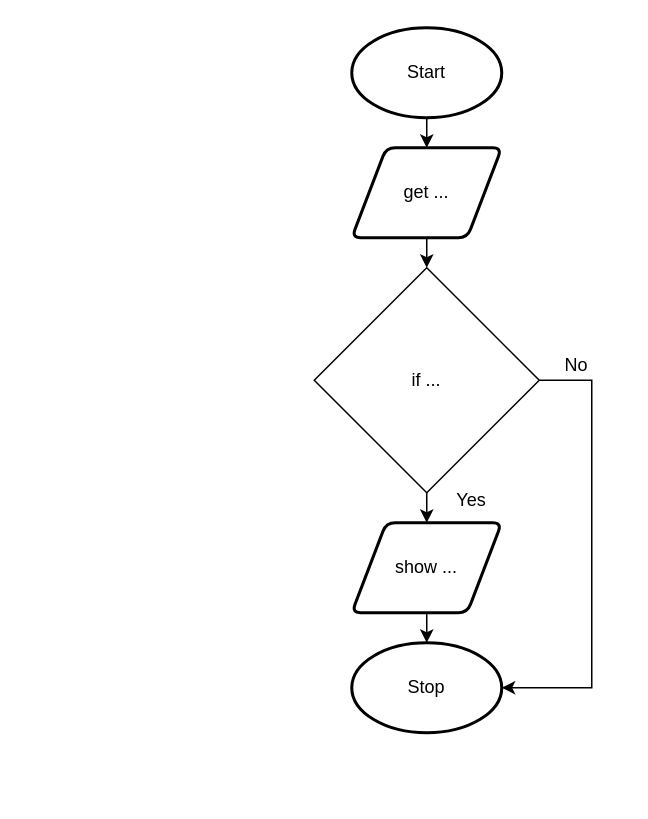
Before: drawio/flowchart/flowchart.drawio in Aidan-Lalonde-Novales/ICS3U-Unit6-05-Python, a draw.io diagram. Source tidied: cells renumbered, new cells numbered last; positions are measured from the earlier drawing's top-left corner, leaving out a move shared by most shapes. Both pictures are drawn from the tidied source at 150%, with x=0, y=0 at pixel (314, 27).
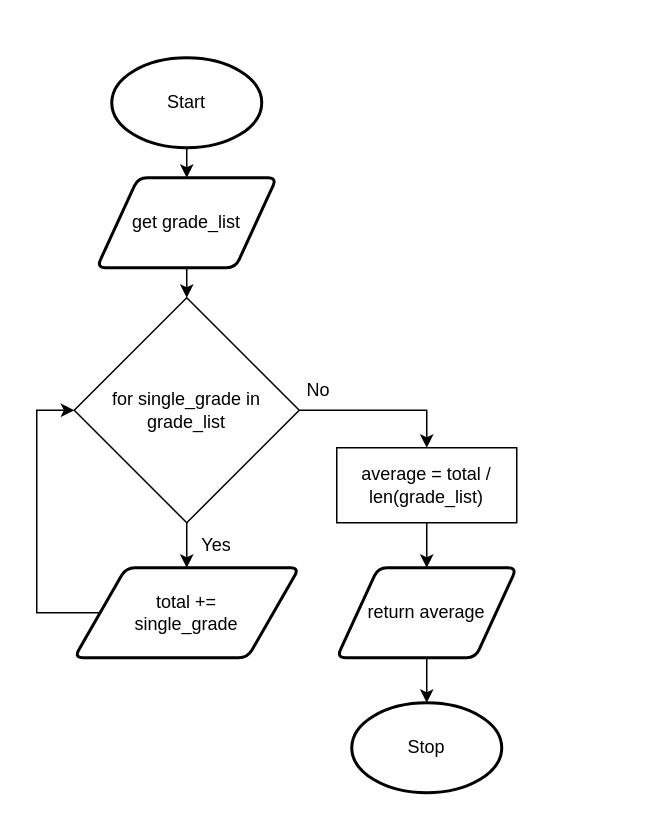
The same diagram, later.

The edit, as a diff of the source:
```diff
@@
-    <mxCell id="2" style="edgeStyle=none;html=1;exitX=0.5;exitY=1;exitDx=0;exitDy=0;exitPerimeter=0;entryX=0.5;entryY=0;entryDx=0;entryDy=0;" parent="1" edge="1" source="3" target="5">
-      <mxGeometry relative="1" as="geometry" />
-    </mxCell>
+    <mxCell id="14" style="edgeStyle=none;html=1;exitX=0.5;exitY=1;exitDx=0;exitDy=0;exitPerimeter=0;entryX=0.5;entryY=0;entryDx=0;entryDy=0;" parent="1" edge="1" source="3" target="16">
+      <mxGeometry relative="1" as="geometry" />
+    </mxCell>
     <mxCell id="3" value="Start" style="strokeWidth=2;html=1;shape=mxgraph.flowchart.start_1;whiteSpace=wrap;" parent="1" vertex="1">
-      <mxGeometry x="25" width="100" height="60" as="geometry" />
+      <mxGeometry x="-135" y="20" width="100" height="60" as="geometry" />
     </mxCell>
-    <mxCell id="4" style="edgeStyle=none;html=1;exitX=0.5;exitY=1;exitDx=0;exitDy=0;entryX=0.5;entryY=0;entryDx=0;entryDy=0;" parent="1" edge="1" source="5">
-      <mxGeometry relative="1" as="geometry">
-        <mxPoint x="75" y="160" as="targetPoint" />
-      </mxGeometry>
-    </mxCell>
-    <mxCell id="5" value="get ..." style="shape=parallelogram;html=1;strokeWidth=2;perimeter=parallelogramPerimeter;whiteSpace=wrap;rounded=1;arcSize=12;size=0.23;" parent="1" vertex="1">
-      <mxGeometry x="25" y="80" width="100" height="60" as="geometry" />
-    </mxCell>
-    <mxCell id="6" style="edgeStyle=none;html=1;exitX=0.5;exitY=1;exitDx=0;exitDy=0;entryX=0.5;entryY=0;entryDx=0;entryDy=0;entryPerimeter=0;" parent="1" edge="1" source="7" target="8">
-      <mxGeometry relative="1" as="geometry" />
-    </mxCell>
-    <mxCell id="7" value="show ..." style="shape=parallelogram;html=1;strokeWidth=2;perimeter=parallelogramPerimeter;whiteSpace=wrap;rounded=1;arcSize=12;size=0.23;" parent="1" vertex="1">
-      <mxGeometry x="25" y="330" width="100" height="60" as="geometry" />
-    </mxCell>
+    <mxCell id="15" style="edgeStyle=none;html=1;exitX=0.5;exitY=1;exitDx=0;exitDy=0;entryX=0.5;entryY=0;entryDx=0;entryDy=0;" parent="1" edge="1" source="16" target="19">
+      <mxGeometry relative="1" as="geometry" />
+    </mxCell>
+    <mxCell id="16" value="get grade_list" style="shape=parallelogram;html=1;strokeWidth=2;perimeter=parallelogramPerimeter;whiteSpace=wrap;rounded=1;arcSize=12;size=0.23;" parent="1" vertex="1">
+      <mxGeometry x="-145" y="100" width="120" height="60" as="geometry" />
+    </mxCell>
     <mxCell id="8" value="Stop" style="strokeWidth=2;html=1;shape=mxgraph.flowchart.start_1;whiteSpace=wrap;" parent="1" vertex="1">
-      <mxGeometry x="25" y="410" width="100" height="60" as="geometry" />
+      <mxGeometry x="25" y="450" width="100" height="60" as="geometry" />
     </mxCell>
-    <mxCell id="9" style="edgeStyle=none;html=1;exitX=0.5;exitY=1;exitDx=0;exitDy=0;entryX=0.5;entryY=0;entryDx=0;entryDy=0;" parent="1" edge="1" source="11" target="7">
-      <mxGeometry relative="1" as="geometry" />
-    </mxCell>
-    <mxCell id="10" style="edgeStyle=none;html=1;exitX=1;exitY=0.5;exitDx=0;exitDy=0;entryX=1;entryY=0.5;entryDx=0;entryDy=0;entryPerimeter=0;rounded=0;" parent="1" edge="1" source="11" target="8">
-      <mxGeometry relative="1" as="geometry">
-        <Array as="points">
-          <mxPoint x="185" y="235" />
-          <mxPoint x="185" y="440" />
-        </Array>
-      </mxGeometry>
-    </mxCell>
-    <mxCell id="11" value="if ..." style="rhombus;whiteSpace=wrap;html=1;" parent="1" vertex="1">
-      <mxGeometry y="160" width="150" height="150" as="geometry" />
-    </mxCell>
+    <mxCell id="17" style="edgeStyle=none;html=1;exitX=1;exitY=0.5;exitDx=0;exitDy=0;entryX=0.5;entryY=0;entryDx=0;entryDy=0;rounded=0;" parent="1" edge="1" source="19" target="21">
+      <mxGeometry relative="1" as="geometry">
+        <Array as="points">
+          <mxPoint x="75" y="255" />
+        </Array>
+      </mxGeometry>
+    </mxCell>
+    <mxCell id="18" style="edgeStyle=none;html=1;exitX=0.5;exitY=1;exitDx=0;exitDy=0;entryX=0.5;entryY=0;entryDx=0;entryDy=0;" parent="1" edge="1" source="19" target="25">
+      <mxGeometry relative="1" as="geometry" />
+    </mxCell>
+    <mxCell id="19" value="for single_grade in grade_list" style="rhombus;whiteSpace=wrap;html=1;" parent="1" vertex="1">
+      <mxGeometry x="-160" y="180" width="150" height="150" as="geometry" />
+    </mxCell>
     <mxCell id="12" value="Yes" style="text;html=1;strokeColor=none;fillColor=none;align=center;verticalAlign=middle;whiteSpace=wrap;rounded=0;" parent="1" vertex="1">
-      <mxGeometry x="75" y="300" width="60" height="30" as="geometry" />
+      <mxGeometry x="-85" y="330" width="40" height="30" as="geometry" />
     </mxCell>
     <mxCell id="13" value="No" style="text;html=1;strokeColor=none;fillColor=none;align=center;verticalAlign=middle;whiteSpace=wrap;rounded=0;" parent="1" vertex="1">
-      <mxGeometry x="145" y="210" width="60" height="30" as="geometry" />
+      <mxGeometry x="-15" y="227" width="36" height="30" as="geometry" />
     </mxCell>
+    <mxCell id="20" style="edgeStyle=none;html=1;exitX=0.5;exitY=1;exitDx=0;exitDy=0;entryX=0.5;entryY=0;entryDx=0;entryDy=0;" parent="1" edge="1" source="21" target="23">
+      <mxGeometry relative="1" as="geometry" />
+    </mxCell>
+    <mxCell id="21" value="average = total / len(grade_list)" style="rounded=0;whiteSpace=wrap;html=1;" parent="1" vertex="1">
+      <mxGeometry x="15" y="280" width="120" height="50" as="geometry" />
+    </mxCell>
+    <mxCell id="22" style="edgeStyle=none;html=1;exitX=0.5;exitY=1;exitDx=0;exitDy=0;entryX=0.5;entryY=0;entryDx=0;entryDy=0;entryPerimeter=0;" parent="1" edge="1" source="23" target="8">
+      <mxGeometry relative="1" as="geometry" />
+    </mxCell>
+    <mxCell id="23" value="return average" style="shape=parallelogram;html=1;strokeWidth=2;perimeter=parallelogramPerimeter;whiteSpace=wrap;rounded=1;arcSize=12;size=0.23;" parent="1" vertex="1">
+      <mxGeometry x="15" y="360" width="120" height="60" as="geometry" />
+    </mxCell>
+    <mxCell id="24" style="edgeStyle=none;rounded=0;html=1;exitX=0;exitY=0.5;exitDx=0;exitDy=0;entryX=0;entryY=0.5;entryDx=0;entryDy=0;" parent="1" edge="1" source="25" target="19">
+      <mxGeometry relative="1" as="geometry">
+        <Array as="points">
+          <mxPoint x="-185" y="390" />
+          <mxPoint x="-185" y="255" />
+        </Array>
+      </mxGeometry>
+    </mxCell>
+    <mxCell id="25" value="total += &lt;br&gt;single_grade" style="shape=parallelogram;html=1;strokeWidth=2;perimeter=parallelogramPerimeter;whiteSpace=wrap;rounded=1;arcSize=12;size=0.23;" parent="1" vertex="1">
+      <mxGeometry x="-160" y="360" width="150" height="60" as="geometry" />
+    </mxCell>
```
